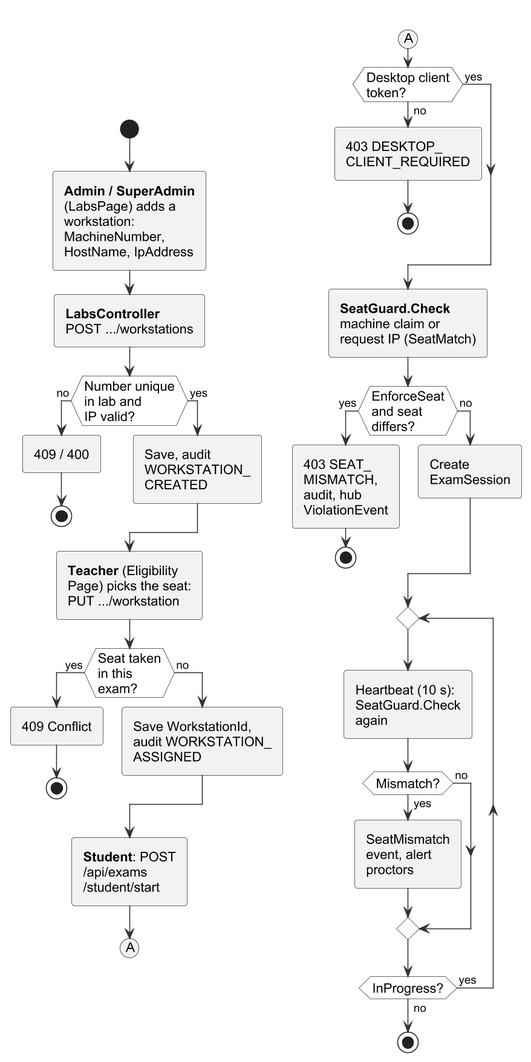
Before: important docs/fyp_doc_3chatp/Figures/activity_seating.png, a diagram exported from PlantUML (Haiderali27-hub/AI-Lab-Monitoring-). The source it was exported from:
```plantuml
@startuml
!include style.iuml
skinparam defaultFontSize 14
skinparam ArrowFontSize 12

split
  -[hidden]->
  start
  :<b>Admin / SuperAdmin</b>
  (LabsPage) adds a
  workstation:
  MachineNumber,
  HostName, IpAddress;
  :<b>LabsController</b>
  POST .../workstations;
  if (Number unique\nin lab and\nIP valid?) then (no)
    :409 / 400;
    stop
  else (yes)
    :Save, audit
    WORKSTATION_
    CREATED;
  endif
  :<b>Teacher</b> (Eligibility
  Page) picks the seat:
  PUT .../workstation;
  if (Seat taken\nin this\nexam?) then (yes)
    :409 Conflict;
    stop
  else (no)
    :Save WorkstationId,
    audit WORKSTATION_
    ASSIGNED;
  endif
  :<b>Student</b>: POST
  /api/exams
  /student/start;
  (A)
  detach
split again
  -[hidden]->
  (A)
  if (Desktop client\ntoken?) then (no)
    :403 DESKTOP_
    CLIENT_REQUIRED;
    stop
  else (yes)
  endif
  :<b>SeatGuard.Check</b>
  machine claim or
  request IP (SeatMatch);
  if (EnforceSeat\nand seat\ndiffers?) then (yes)
    :403 SEAT_
    MISMATCH,
    audit, hub
    ViolationEvent;
    stop
  else (no)
    :Create
    ExamSession;
  endif
  repeat
    :Heartbeat (10 s):
    SeatGuard.Check
    again;
    if (Mismatch?) then (yes)
      :SeatMismatch
      event, alert
      proctors;
    else (no)
    endif
  repeat while (InProgress?) is (yes) not (no)
  stop
end split
@enduml
```
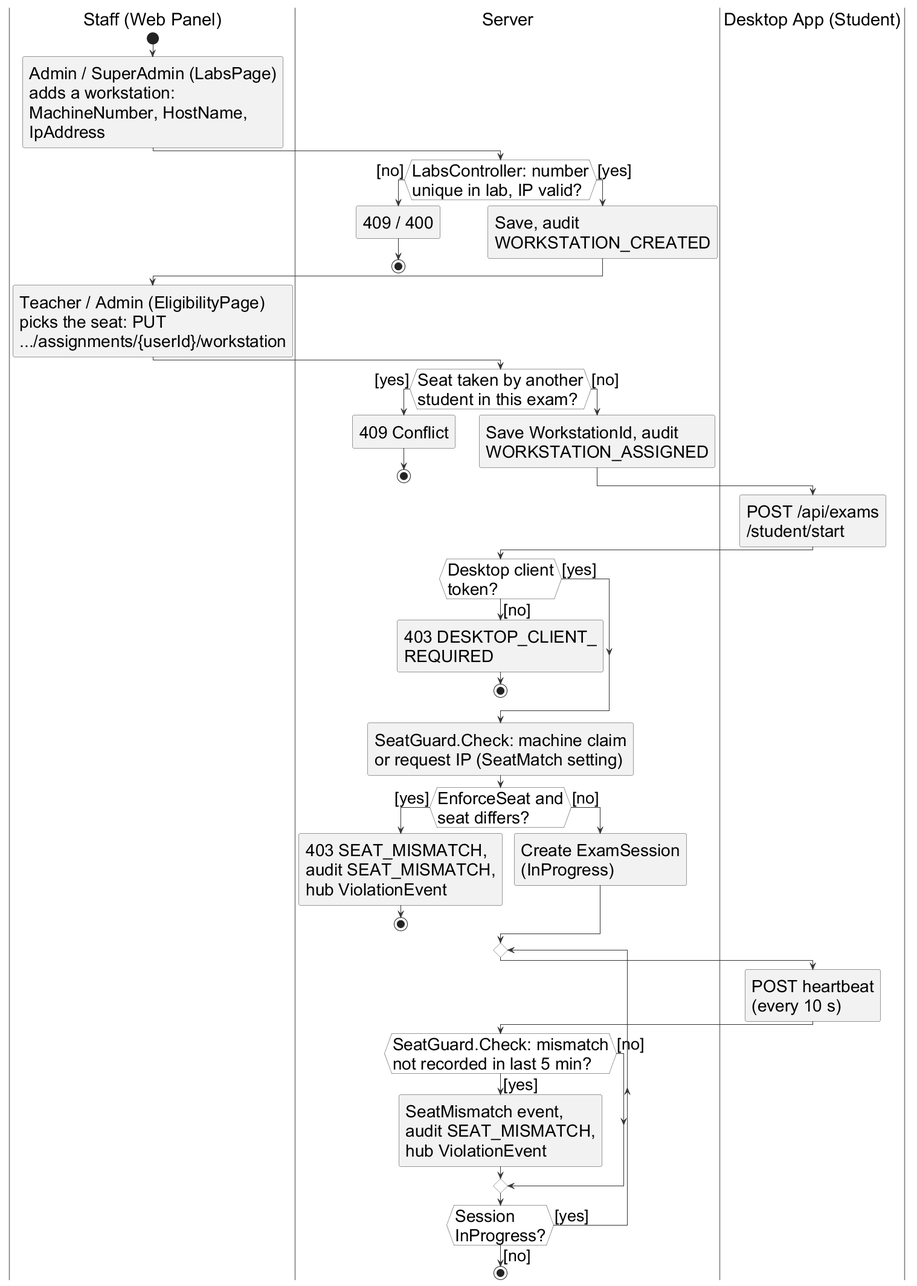
Above is the later version.

What changed in the source:
```diff
@@ -1,75 +1,72 @@
 @startuml
 !include style.iuml
-skinparam defaultFontSize 14
-skinparam ArrowFontSize 12
+skinparam dpi 96
+skinparam defaultFontSize 28
+skinparam ArrowFontSize 27
+skinparam padding 1
+skinparam swimlane {
+  BorderColor #777777
+  TitleFontSize 29
+}
 
-split
-  -[hidden]->
-  start
-  :<b>Admin / SuperAdmin</b>
-  (LabsPage) adds a
-  workstation:
-  MachineNumber,
-  HostName, IpAddress;
-  :<b>LabsController</b>
-  POST .../workstations;
-  if (Number unique\nin lab and\nIP valid?) then (no)
-    :409 / 400;
-    stop
-  else (yes)
-    :Save, audit
-    WORKSTATION_
-    CREATED;
+|Staff (Web Panel)|
+start
+:Admin / SuperAdmin (LabsPage)
+adds a workstation:
+MachineNumber, HostName,
+IpAddress;
+|Server|
+if (LabsController: number\nunique in lab, IP valid?) then ([no])
+  :409 / 400;
+  stop
+else ([yes])
+  :Save, audit
+  WORKSTATION_CREATED;
+endif
+|Staff (Web Panel)|
+:Teacher / Admin (EligibilityPage)
+picks the seat: PUT
+.../assignments/{userId}/workstation;
+|Server|
+if (Seat taken by another\nstudent in this exam?) then ([yes])
+  :409 Conflict;
+  stop
+else ([no])
+  :Save WorkstationId, audit
+  WORKSTATION_ASSIGNED;
+endif
+|Desktop App (Student)|
+:POST /api/exams
+/student/start;
+|Server|
+if (Desktop client\ntoken?) then ([no])
+  :403 DESKTOP_CLIENT_
+  REQUIRED;
+  stop
+else ([yes])
+endif
+:SeatGuard.Check: machine claim
+or request IP (SeatMatch setting);
+if (EnforceSeat and\nseat differs?) then ([yes])
+  :403 SEAT_MISMATCH,
+  audit SEAT_MISMATCH,
+  hub ViolationEvent;
+  stop
+else ([no])
+  :Create ExamSession
+  (InProgress);
+endif
+repeat
+  |Desktop App (Student)|
+  :POST heartbeat
+  (every 10 s);
+  |Server|
+  if (SeatGuard.Check: mismatch\nnot recorded in last 5 min?) then ([yes])
+    :SeatMismatch event,
+    audit SEAT_MISMATCH,
+    hub ViolationEvent;
+  else ([no])
   endif
-  :<b>Teacher</b> (Eligibility
-  Page) picks the seat:
-  PUT .../workstation;
-  if (Seat taken\nin this\nexam?) then (yes)
-    :409 Conflict;
-    stop
-  else (no)
-    :Save WorkstationId,
-    audit WORKSTATION_
-    ASSIGNED;
-  endif
-  :<b>Student</b>: POST
-  /api/exams
-  /student/start;
-  (A)
-  detach
-split again
-  -[hidden]->
-  (A)
-  if (Desktop client\ntoken?) then (no)
-    :403 DESKTOP_
-    CLIENT_REQUIRED;
-    stop
-  else (yes)
-  endif
-  :<b>SeatGuard.Check</b>
-  machine claim or
-  request IP (SeatMatch);
-  if (EnforceSeat\nand seat\ndiffers?) then (yes)
-    :403 SEAT_
-    MISMATCH,
-    audit, hub
-    ViolationEvent;
-    stop
-  else (no)
-    :Create
-    ExamSession;
-  endif
-  repeat
-    :Heartbeat (10 s):
-    SeatGuard.Check
-    again;
-    if (Mismatch?) then (yes)
-      :SeatMismatch
-      event, alert
-      proctors;
-    else (no)
-    endif
-  repeat while (InProgress?) is (yes) not (no)
-  stop
-end split
+repeat while (Session\nInProgress?) is ([yes]) not ([no])
+stop
 @enduml
```
